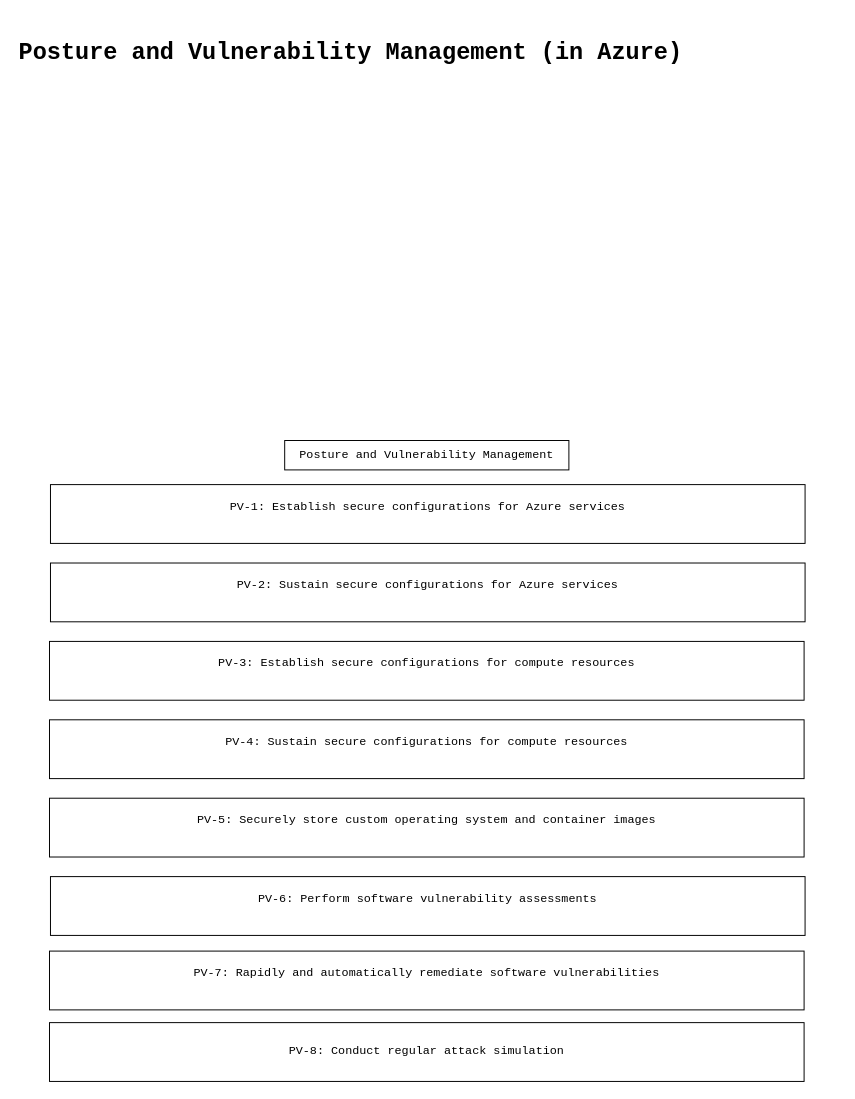
Before: page "Posture and Vulnerability Management" (9 of 12) of Cloud/Infrastructure_Security.drawio in hmahmood2351/Home_Labs, a draw.io diagram. Source tidied: cells renumbered, new cells numbered last; positions are measured from the earlier drawing's top-left corner, leaving out a move shared by most shapes. Both pictures are drawn from the tidied source at 98%, with x=0, y=0 at pixel (17, 17).
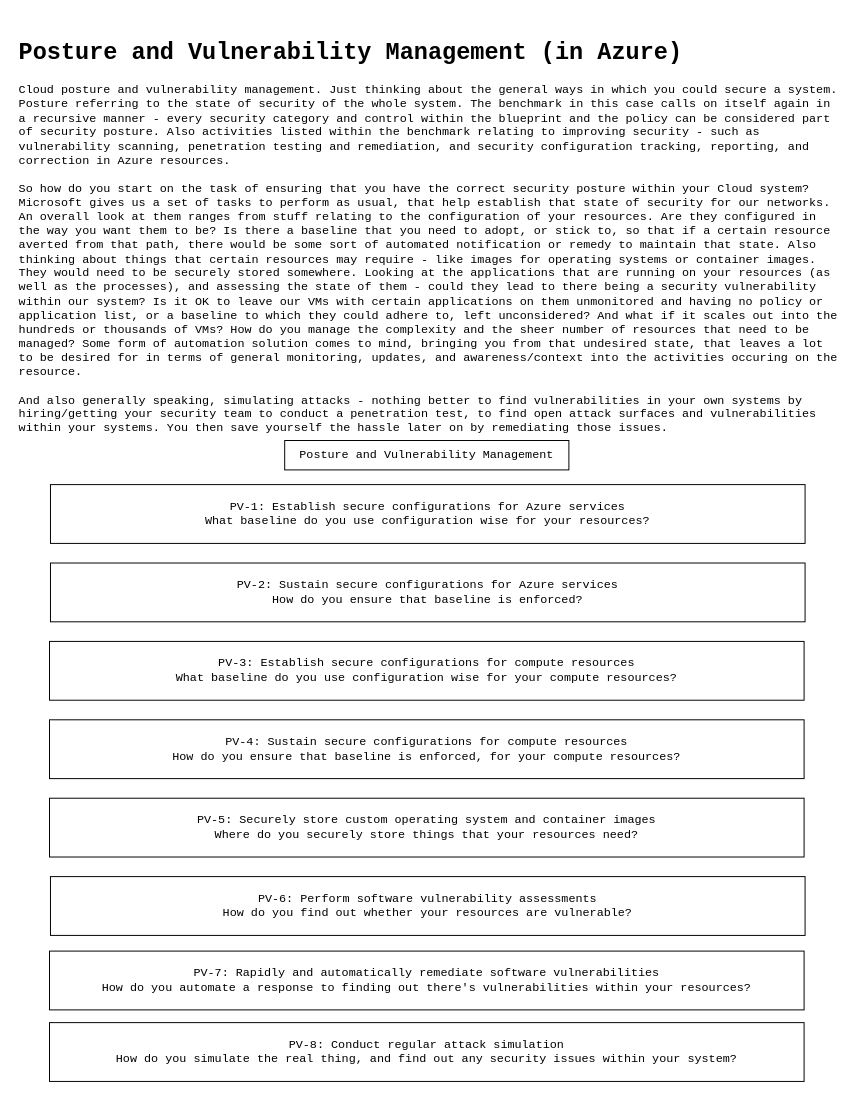
Above is the later version.

Change to the diagram source:
```diff
@@
 <mxGraphModel>
   <root>
     <mxCell id="0" />
     <mxCell id="1" parent="0" />
-    <mxCell id="2" value="&lt;h1 style=&quot;color: rgb(0 , 0 , 0) ; font-family: &amp;#34;courier new&amp;#34; ; font-style: normal ; letter-spacing: normal ; text-align: left ; text-indent: 0px ; text-transform: none ; word-spacing: 0px&quot;&gt;Posture and Vulnerability Management (in Azure)&lt;/h1&gt;&lt;div&gt;&lt;br&gt;&lt;/div&gt;&lt;div&gt;&lt;br&gt;&lt;/div&gt;&lt;div&gt;&lt;br&gt;&lt;/div&gt;&lt;div&gt;&amp;nbsp;&lt;/div&gt;&lt;span style=&quot;text-align: center&quot;&gt;&lt;br&gt;&lt;/span&gt;&lt;div&gt;&lt;br&gt;&lt;/div&gt;&lt;div&gt;&lt;br&gt;&lt;/div&gt;" style="text;html=1;fontFamily=Courier New;labelBackgroundColor=none;verticalAlign=top;whiteSpace=wrap;" parent="1" vertex="1">
+    <mxCell id="2" value="&lt;h1 style=&quot;color: rgb(0 , 0 , 0) ; font-family: &amp;#34;courier new&amp;#34; ; font-style: normal ; letter-spacing: normal ; text-align: left ; text-indent: 0px ; text-transform: none ; word-spacing: 0px&quot;&gt;Posture and Vulnerability Management (in Azure)&lt;/h1&gt;&lt;div&gt;Cloud posture and vulnerability management. Just thinking about the general ways in which you could secure a system. Posture referring to the state of security of the whole system. The benchmark in this case calls on itself again in a recursive manner - every security category and control within the blueprint and the policy can be considered part of security posture. Also activities listed within the benchmark relating to improving security - such as vulnerability scanning, penetration testing and remediation, and security configuration tracking, reporting, and correction in Azure resources.&amp;nbsp;&lt;/div&gt;&lt;div&gt;&lt;br&gt;&lt;/div&gt;&lt;div&gt;So how do you start on the task of ensuring that you have the correct security posture within your Cloud system? Microsoft gives us a set of tasks to perform as usual, that help establish that state of security for our networks. An overall look at them ranges from stuff relating to the configuration of your resources. Are they configured in the way you want them to be? Is there a baseline that you need to adopt, or stick to, so that if a certain resource averted from that path, there would be some sort of automated notification or remedy to maintain that state. Also thinking about things that certain resources may require - like images for operating systems or container images. They would need to be securely stored somewhere. Looking at the applications that are running on your resources (as well as the processes), and assessing the state of them - could they lead to there being a security vulnerability within our system? Is it OK to leave our VMs with certain applications on them unmonitored and having no policy or application list, or a baseline to which they could adhere to, left unconsidered? And what if it scales out into the hundreds or thousands of VMs? How do you manage the complexity and the sheer number of resources that need to be managed? Some form of automation solution comes to mind, bringing you from that undesired state, that leaves a lot to be desired for in terms of general monitoring, updates, and awareness/context into the activities occuring on the resource.&amp;nbsp;&lt;/div&gt;&lt;div&gt;&lt;br&gt;&lt;/div&gt;&lt;div&gt;And also generally speaking, simulating attacks - nothing better to find vulnerabilities in your own systems by hiring/getting your security team to conduct a penetration test, to find open attack surfaces and vulnerabilities within your systems. You then save yourself the hassle later on by remediating those issues.&lt;/div&gt;&lt;div&gt;&lt;br&gt;&lt;/div&gt;&lt;div&gt;&lt;br&gt;&lt;/div&gt;&lt;div&gt;&amp;nbsp;&lt;/div&gt;&lt;span style=&quot;text-align: center&quot;&gt;&lt;br&gt;&lt;/span&gt;&lt;div&gt;&lt;br&gt;&lt;/div&gt;&lt;div&gt;&lt;br&gt;&lt;/div&gt;" style="text;html=1;fontFamily=Courier New;labelBackgroundColor=none;verticalAlign=top;whiteSpace=wrap;" parent="1" vertex="1">
       <mxGeometry width="838" height="560" as="geometry" />
     </mxCell>
     <mxCell id="3" value="Posture and Vulnerability Management" style="rounded=0;whiteSpace=wrap;html=1;fontFamily=Courier New;align=center;" parent="1" vertex="1">
       <mxGeometry x="273" y="432" width="290" height="30" as="geometry" />
     </mxCell>
-    <mxCell id="4" value="&lt;div&gt;PV-1: Establish secure configurations for Azure services&lt;/div&gt;&lt;div&gt;&lt;br&gt;&lt;/div&gt;" style="rounded=0;whiteSpace=wrap;html=1;fontFamily=Courier New;align=center;" parent="1" vertex="1">
+    <mxCell id="4" value="&lt;div&gt;PV-1: Establish secure configurations for Azure services&lt;/div&gt;&lt;div&gt;What baseline do you use configuration wise for your resources?&lt;/div&gt;" style="rounded=0;whiteSpace=wrap;html=1;fontFamily=Courier New;align=center;" parent="1" vertex="1">
       <mxGeometry x="34" y="477" width="770" height="60" as="geometry" />
     </mxCell>
-    <mxCell id="5" value="&lt;div&gt;PV-2: Sustain secure configurations for Azure services&lt;/div&gt;&lt;div&gt;&lt;br&gt;&lt;/div&gt;" style="rounded=0;whiteSpace=wrap;html=1;fontFamily=Courier New;align=center;" parent="1" vertex="1">
+    <mxCell id="5" value="&lt;div&gt;PV-2: Sustain secure configurations for Azure services&lt;/div&gt;&lt;div&gt;How do you ensure that baseline is enforced?&lt;/div&gt;" style="rounded=0;whiteSpace=wrap;html=1;fontFamily=Courier New;align=center;" parent="1" vertex="1">
       <mxGeometry x="34" y="557" width="770" height="60" as="geometry" />
     </mxCell>
-    <mxCell id="6" value="&lt;div&gt;PV-3: Establish secure configurations for compute resources&lt;/div&gt;&lt;div&gt;&lt;br&gt;&lt;/div&gt;" style="rounded=0;whiteSpace=wrap;html=1;fontFamily=Courier New;align=center;" parent="1" vertex="1">
+    <mxCell id="6" value="&lt;div&gt;PV-3: Establish secure configurations for compute resources&lt;/div&gt;&lt;div&gt;What baseline do you use configuration wise for your compute resources?&lt;/div&gt;" style="rounded=0;whiteSpace=wrap;html=1;fontFamily=Courier New;align=center;" parent="1" vertex="1">
       <mxGeometry x="33" y="637" width="770" height="60" as="geometry" />
     </mxCell>
-    <mxCell id="7" value="&lt;div&gt;PV-4: Sustain secure configurations for compute resources&lt;/div&gt;&lt;div&gt;&lt;br&gt;&lt;/div&gt;" style="rounded=0;whiteSpace=wrap;html=1;fontFamily=Courier New;align=center;" parent="1" vertex="1">
+    <mxCell id="7" value="&lt;div&gt;PV-4: Sustain secure configurations for compute resources&lt;/div&gt;&lt;div&gt;How do you ensure that baseline is enforced, for your compute resources?&lt;/div&gt;" style="rounded=0;whiteSpace=wrap;html=1;fontFamily=Courier New;align=center;" parent="1" vertex="1">
       <mxGeometry x="33" y="717" width="770" height="60" as="geometry" />
     </mxCell>
-    <mxCell id="8" value="&lt;div&gt;PV-5: Securely store custom operating system and container images&lt;/div&gt;&lt;div&gt;&lt;br&gt;&lt;/div&gt;" style="rounded=0;whiteSpace=wrap;html=1;fontFamily=Courier New;align=center;" parent="1" vertex="1">
+    <mxCell id="8" value="&lt;div&gt;PV-5: Securely store custom operating system and container images&lt;/div&gt;&lt;div&gt;Where do you securely store things that your resources need?&lt;/div&gt;" style="rounded=0;whiteSpace=wrap;html=1;fontFamily=Courier New;align=center;" parent="1" vertex="1">
       <mxGeometry x="33" y="797" width="770" height="60" as="geometry" />
     </mxCell>
-    <mxCell id="9" value="&lt;div&gt;PV-6: Perform software vulnerability assessments&lt;/div&gt;&lt;div&gt;&lt;br&gt;&lt;/div&gt;" style="rounded=0;whiteSpace=wrap;html=1;fontFamily=Courier New;align=center;" parent="1" vertex="1">
+    <mxCell id="9" value="&lt;div&gt;PV-6: Perform software vulnerability assessments&lt;/div&gt;&lt;div&gt;How do you find out whether your resources are vulnerable?&lt;/div&gt;" style="rounded=0;whiteSpace=wrap;html=1;fontFamily=Courier New;align=center;" parent="1" vertex="1">
       <mxGeometry x="34" y="877" width="770" height="60" as="geometry" />
     </mxCell>
-    <mxCell id="10" value="&lt;div&gt;PV-7: Rapidly and automatically remediate software vulnerabilities&lt;/div&gt;&lt;div&gt;&lt;br&gt;&lt;/div&gt;" style="rounded=0;whiteSpace=wrap;html=1;fontFamily=Courier New;align=center;" parent="1" vertex="1">
+    <mxCell id="10" value="&lt;div&gt;PV-7: Rapidly and automatically remediate software vulnerabilities&lt;/div&gt;&lt;div&gt;How do you automate a response to finding out there's vulnerabilities within your resources?&lt;/div&gt;" style="rounded=0;whiteSpace=wrap;html=1;fontFamily=Courier New;align=center;" parent="1" vertex="1">
       <mxGeometry x="33" y="953" width="770" height="60" as="geometry" />
     </mxCell>
-    <mxCell id="11" value="PV-8: Conduct regular attack simulation" style="rounded=0;whiteSpace=wrap;html=1;fontFamily=Courier New;align=center;" parent="1" vertex="1">
+    <mxCell id="11" value="PV-8: Conduct regular attack simulation&lt;br&gt;How do you simulate the real thing, and find out any security issues within your system?" style="rounded=0;whiteSpace=wrap;html=1;fontFamily=Courier New;align=center;" parent="1" vertex="1">
       <mxGeometry x="33" y="1026" width="770" height="60" as="geometry" />
     </mxCell>
   </root>
 </mxGraphModel>
```
